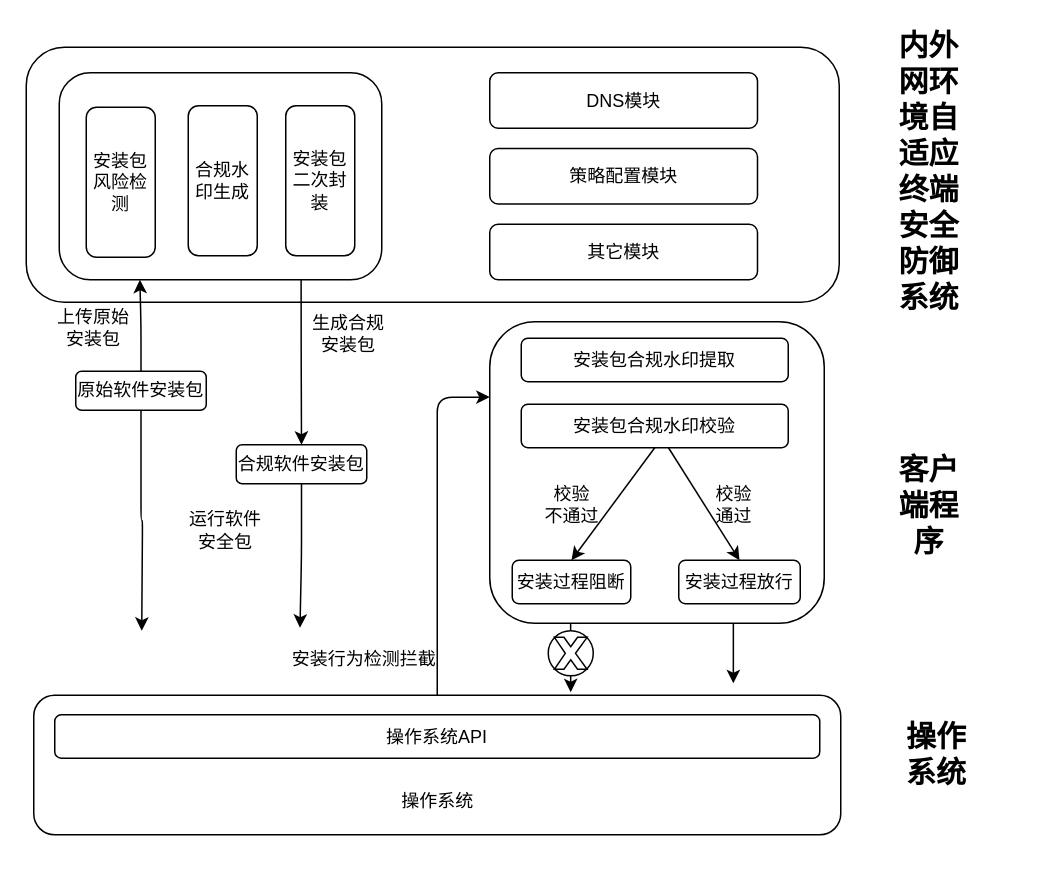
This is page "第 6 页" (6 of 7) of drawio/dns-windows-model.drawio from raingnight/Blog_Pic, a draw.io file, before an edit. Source tidied: cells renumbered, new cells numbered last; positions are measured from the earlier drawing's top-left corner, leaving out a move shared by most shapes. Both pictures are drawn from the tidied source at 150%, with x=0, y=0 at pixel (26, 46).
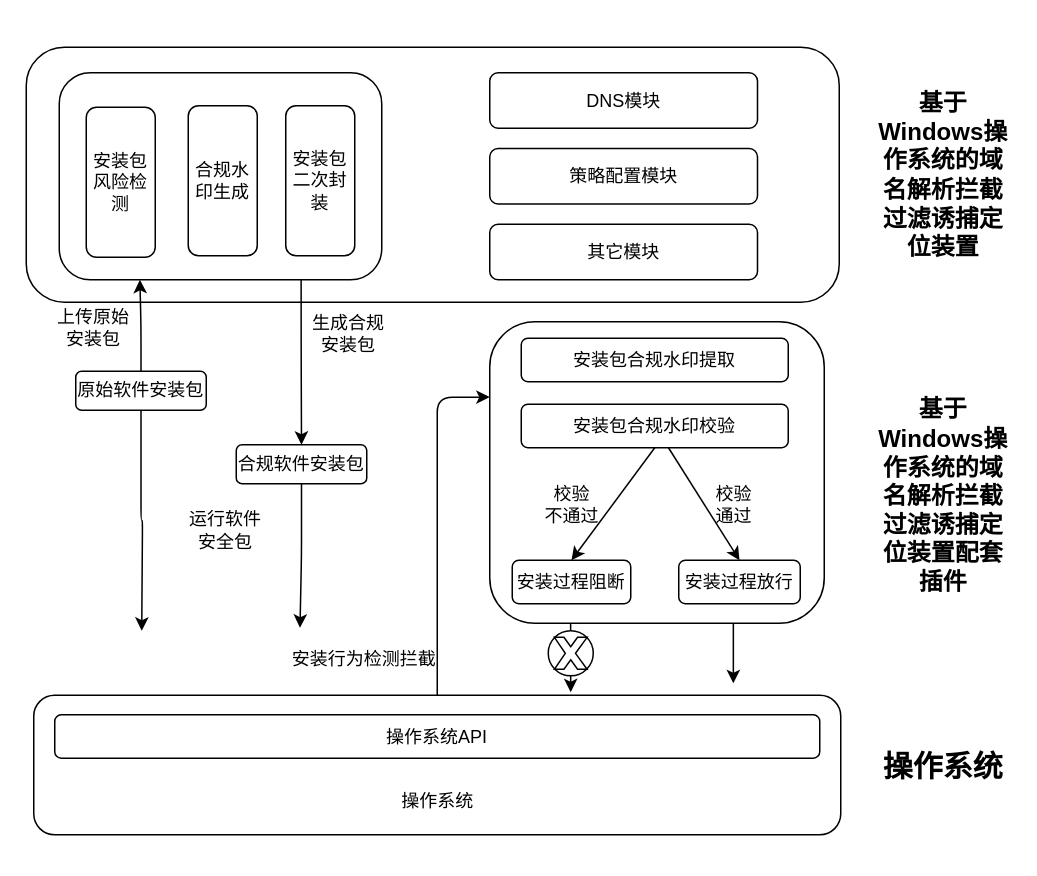
Above is the later version.

Change to the diagram source:
```diff
@@
-    <mxCell id="37" value="&lt;b&gt;&lt;font style=&quot;font-size: 20px;&quot;&gt;内外网环境自适应终端安全防御系统&lt;/font&gt;&lt;/b&gt;" style="text;html=1;strokeColor=none;fillColor=none;align=center;verticalAlign=middle;whiteSpace=wrap;rounded=0;" parent="1" vertex="1">
-      <mxGeometry x="572" y="67" width="60" height="30" as="geometry" />
+    <mxCell id="37" value="&lt;span style=&quot;font-size: 16px;&quot;&gt;基于Windows操作系统的域名解析拦截过滤诱捕定位装置配套插件&lt;/span&gt;" style="text;html=1;strokeColor=none;fillColor=none;align=center;verticalAlign=middle;whiteSpace=wrap;rounded=0;fontSize=16;fontStyle=1;" parent="1" vertex="1">
+      <mxGeometry x="567" y="202" width="89" height="194.3" as="geometry" />
     </mxCell>
-    <mxCell id="38" value="客户端程序" style="text;html=1;strokeColor=none;fillColor=none;align=center;verticalAlign=middle;whiteSpace=wrap;rounded=0;fontStyle=1;fontSize=20;" parent="1" vertex="1">
-      <mxGeometry x="577" y="248.5" width="50" height="113" as="geometry" />
-    </mxCell>
     <mxCell id="39" value="操作系统" style="text;html=1;strokeColor=none;fillColor=none;align=center;verticalAlign=middle;whiteSpace=wrap;rounded=0;fontStyle=1;fontSize=20;" parent="1" vertex="1">
-      <mxGeometry x="582" y="414.6" width="50" height="113" as="geometry" />
+      <mxGeometry x="570" y="422" width="83" height="113" as="geometry" />
     </mxCell>
+    <mxCell id="40" value="&lt;span style=&quot;font-size: 16px;&quot;&gt;基于Windows操作系统的域名解析拦截过滤诱捕定位装置&lt;/span&gt;" style="text;html=1;strokeColor=none;fillColor=none;align=center;verticalAlign=middle;whiteSpace=wrap;rounded=0;fontSize=16;fontStyle=1;" parent="1" vertex="1">
+      <mxGeometry x="567" y="-12.2" width="89" height="194.3" as="geometry" />
+    </mxCell>
```
